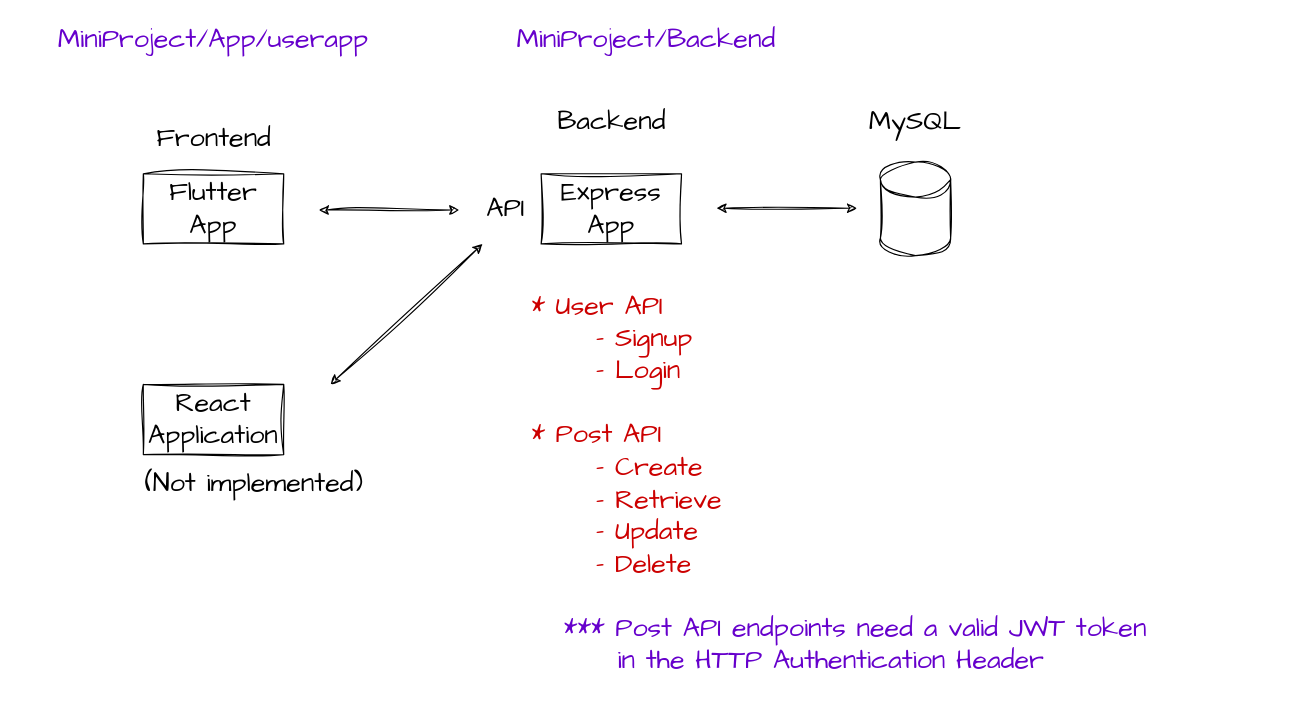
TekCreek/flutter-examples keeps this draw.io diagram as MiniProject/ProjectLayers.drawio. Above is the earlier version. Source tidied: cells renumbered, new cells numbered last; positions are measured from the earlier drawing's top-left corner, leaving out a move shared by most shapes. Both pictures are drawn from the tidied source at 117%, with x=0, y=0 at pixel (20, 21).
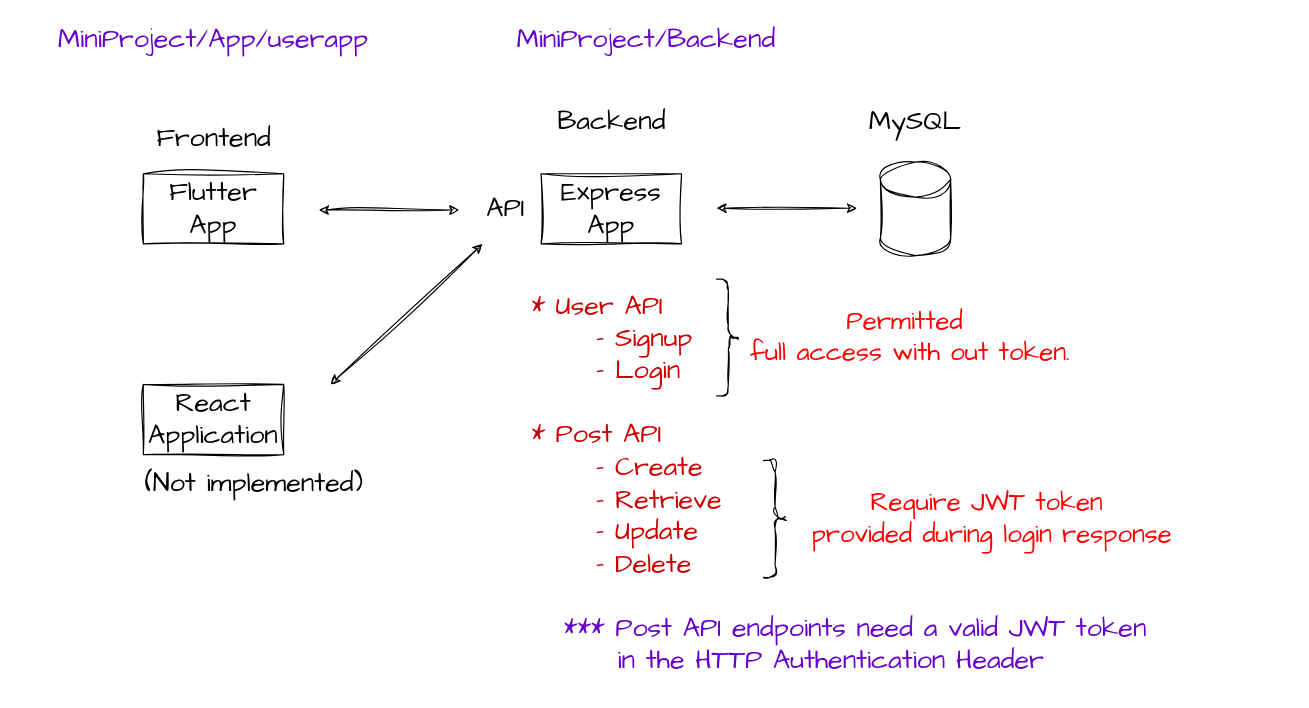
The same diagram, later.

Diff of the diagram source:
```diff
@@
+    <mxCell id="13" value="* User API&lt;div&gt;&amp;nbsp; &amp;nbsp; &amp;nbsp; - Signup&amp;nbsp;&lt;/div&gt;&lt;div&gt;&amp;nbsp; &amp;nbsp; &amp;nbsp; - Login&amp;nbsp;&lt;/div&gt;&lt;div&gt;&lt;br&gt;&lt;div&gt;* Post API&amp;nbsp;&lt;/div&gt;&lt;div&gt;&amp;nbsp; &amp;nbsp; &amp;nbsp; - Create&amp;nbsp;&lt;/div&gt;&lt;div&gt;&amp;nbsp; &amp;nbsp; &amp;nbsp; - Retrieve&lt;/div&gt;&lt;div&gt;&amp;nbsp; &amp;nbsp; &amp;nbsp; - Update&lt;/div&gt;&lt;div&gt;&amp;nbsp; &amp;nbsp; &amp;nbsp; - Delete&lt;/div&gt;&lt;div&gt;&lt;br&gt;&lt;/div&gt;&lt;div&gt;&amp;nbsp; &lt;font style=&quot;color: rgb(102, 0, 204);&quot;&gt;&amp;nbsp;*** Post API endpoints need a valid JWT token&amp;nbsp;&lt;/font&gt;&lt;/div&gt;&lt;/div&gt;&lt;div&gt;&lt;font style=&quot;color: rgb(102, 0, 204);&quot;&gt;&amp;nbsp; &amp;nbsp; &amp;nbsp; &amp;nbsp; in the HTTP Authentication Header&lt;/font&gt;&lt;/div&gt;" style="text;html=1;align=left;verticalAlign=middle;whiteSpace=wrap;rounded=0;fontFamily=Architects Daughter;fontSize=23;fontColor=#CC0000;" parent="1" vertex="1">
+      <mxGeometry x="435" y="220" width="650" height="350" as="geometry" />
+    </mxCell>
@@
-    <mxCell id="13" value="* User API&lt;div&gt;&amp;nbsp; &amp;nbsp; &amp;nbsp; - Signup&amp;nbsp;&lt;/div&gt;&lt;div&gt;&amp;nbsp; &amp;nbsp; &amp;nbsp; - Login&amp;nbsp;&lt;/div&gt;&lt;div&gt;&lt;br&gt;&lt;div&gt;* Post API&amp;nbsp;&lt;/div&gt;&lt;div&gt;&amp;nbsp; &amp;nbsp; &amp;nbsp; - Create&amp;nbsp;&lt;/div&gt;&lt;div&gt;&amp;nbsp; &amp;nbsp; &amp;nbsp; - Retrieve&lt;/div&gt;&lt;div&gt;&amp;nbsp; &amp;nbsp; &amp;nbsp; - Update&lt;/div&gt;&lt;div&gt;&amp;nbsp; &amp;nbsp; &amp;nbsp; - Delete&lt;/div&gt;&lt;div&gt;&lt;br&gt;&lt;/div&gt;&lt;div&gt;&amp;nbsp; &lt;font style=&quot;color: rgb(102, 0, 204);&quot;&gt;&amp;nbsp;*** Post API endpoints need a valid JWT token&amp;nbsp;&lt;/font&gt;&lt;/div&gt;&lt;/div&gt;&lt;div&gt;&lt;font style=&quot;color: rgb(102, 0, 204);&quot;&gt;&amp;nbsp; &amp;nbsp; &amp;nbsp; &amp;nbsp; in the HTTP Authentication Header&lt;/font&gt;&lt;/div&gt;" style="text;html=1;align=left;verticalAlign=middle;whiteSpace=wrap;rounded=0;fontFamily=Architects Daughter;fontSize=23;fontColor=#CC0000;" parent="1" vertex="1">
-      <mxGeometry x="435" y="220" width="650" height="350" as="geometry" />
-    </mxCell>
@@
+    <mxCell id="17" style="shape=curlyBracket;whiteSpace=wrap;html=1;rounded=1;flipH=1;labelPosition=right;verticalLabelPosition=middle;align=left;verticalAlign=middle;sketch=1;hachureGap=4;jiggle=2;curveFitting=1;fontFamily=Architects Daughter;" parent="1" vertex="1">
+      <mxGeometry x="595" y="220" width="20" height="100" as="geometry" />
+    </mxCell>
+    <mxCell id="18" value="Permitted&amp;nbsp;&lt;div&gt;&lt;span style=&quot;background-color: transparent; color: light-dark(rgb(255, 0, 0), rgb(255, 144, 144));&quot;&gt;full&amp;nbsp;&lt;/span&gt;&lt;span style=&quot;background-color: transparent; color: light-dark(rgb(255, 0, 0), rgb(255, 144, 144));&quot;&gt;access with out token.&lt;/span&gt;&lt;/div&gt;" style="text;html=1;align=center;verticalAlign=middle;strokeColor=none;fillColor=none;fontFamily=Architects Daughter;fontSize=22;fontColor=#FF0000;" parent="1" vertex="1">
+      <mxGeometry x="610" y="235" width="300" height="70" as="geometry" />
+    </mxCell>
+    <mxCell id="19" style="shape=curlyBracket;whiteSpace=wrap;html=1;rounded=1;flipH=1;labelPosition=right;verticalLabelPosition=middle;align=left;verticalAlign=middle;sketch=1;hachureGap=4;jiggle=2;curveFitting=1;fontFamily=Architects Daughter;" parent="1" vertex="1">
+      <mxGeometry x="635" y="375" width="20" height="100" as="geometry" />
+    </mxCell>
+    <mxCell id="20" value="Require JWT token&amp;nbsp;&lt;div&gt;provided during login response&lt;/div&gt;" style="text;html=1;align=center;verticalAlign=middle;strokeColor=none;fillColor=none;fontFamily=Architects Daughter;fontSize=22;fontColor=#FF0000;" parent="1" vertex="1">
+      <mxGeometry x="665" y="390" width="330" height="70" as="geometry" />
+    </mxCell>
```
